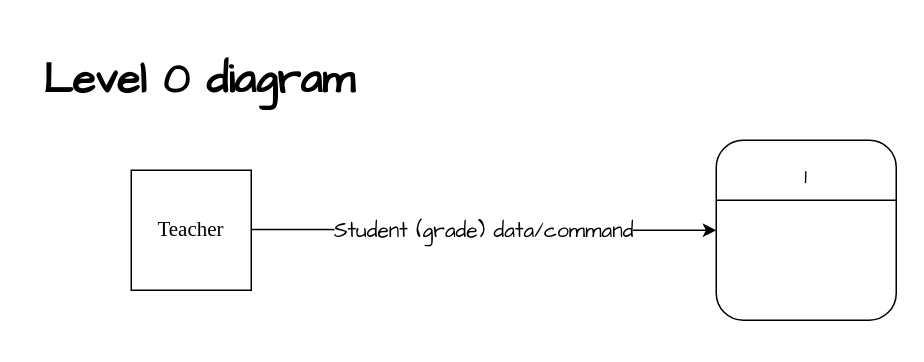
brokencuph/study-to-think keeps this draw.io diagram as diagrams/DFD/Level 0 diagram.drawio. Above is the earlier version. Source tidied: cells renumbered, new cells numbered last; positions are measured from the earlier drawing's top-left corner, leaving out a move shared by most shapes. Both pictures are drawn from the tidied source at 150%, with x=0, y=0 at pixel (26, 34).
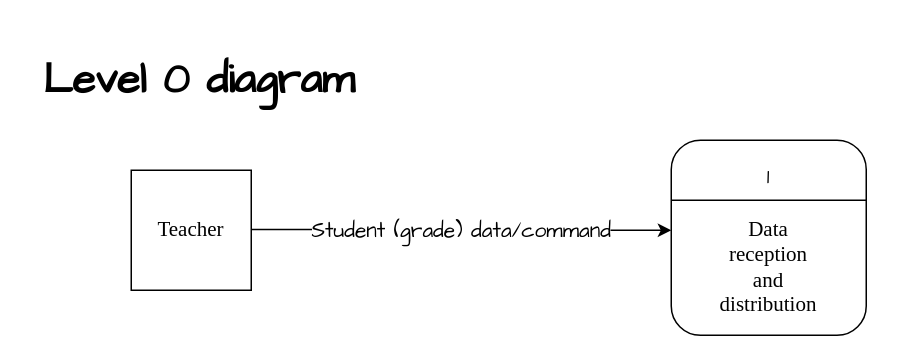
Above is the later version.

The edit, as a diff of the source:
```diff
@@
 <mxGraphModel>
   <root>
     <mxCell id="0" />
     <mxCell id="1" parent="0" />
     <mxCell id="2" value="&lt;font face=&quot;Times New Roman&quot; style=&quot;font-size: 14px&quot;&gt;Teacher&lt;/font&gt;" style="whiteSpace=wrap;html=1;" parent="1" vertex="1">
       <mxGeometry x="70" y="90" width="80" height="80" as="geometry" />
     </mxCell>
     <mxCell id="3" value="&lt;h1&gt;&lt;font face=&quot;Comic Sans MS&quot;&gt;Level 0 diagram&lt;/font&gt;&lt;/h1&gt;" style="text;html=1;align=center;verticalAlign=middle;strokeColor=none;fillColor=none;fontSize=14;fontFamily=Times New Roman;" parent="1" vertex="1">
       <mxGeometry width="230" height="60" as="geometry" />
     </mxCell>
     <mxCell id="4" style="endArrow=classic;html=1;rounded=0;fontFamily=Comic Sans MS;fontSize=14;" parent="1" edge="1">
       <mxGeometry relative="1" as="geometry">
         <mxPoint x="150" y="129.5" as="sourcePoint" />
-        <mxPoint x="460" y="130" as="targetPoint" />
+        <mxPoint x="430" y="130" as="targetPoint" />
         <Array as="points">
           <mxPoint x="200" y="129.5" />
           <mxPoint x="230" y="130" />
         </Array>
       </mxGeometry>
     </mxCell>
     <mxCell id="5" value="Student (grade) data/command" style="edgeLabel;html=1;align=center;verticalAlign=middle;fontFamily=Comic Sans MS;fontSize=14;" parent="4" vertex="1">
       <mxGeometry relative="1" as="geometry" />
     </mxCell>
     <mxCell id="6" style="rounded=1;whiteSpace=wrap;html=1;fontFamily=Comic Sans MS;fontSize=14;" parent="1" vertex="1">
-      <mxGeometry x="460" y="70" width="120" height="120" as="geometry" />
+      <mxGeometry x="430" y="70" width="130" height="130" as="geometry" />
     </mxCell>
     <mxCell id="7" style="endArrow=none;html=1;rounded=0;fontFamily=Comic Sans MS;fontSize=14;" parent="1" edge="1">
       <mxGeometry relative="1" as="geometry">
-        <mxPoint x="460" y="110" as="sourcePoint" />
-        <mxPoint x="580" y="110" as="targetPoint" />
+        <mxPoint x="430" y="110" as="sourcePoint" />
+        <mxPoint x="560" y="110" as="targetPoint" />
       </mxGeometry>
     </mxCell>
     <mxCell id="8" value="1" style="text;html=1;strokeColor=none;fillColor=none;align=center;verticalAlign=middle;whiteSpace=wrap;rounded=0;fontFamily=Comic Sans MS;fontSize=14;" parent="1" vertex="1">
-      <mxGeometry x="490" y="80" width="60" height="30" as="geometry" />
+      <mxGeometry x="465" y="80" width="60" height="30" as="geometry" />
     </mxCell>
+    <mxCell id="9" value="&lt;font face=&quot;Times New Roman&quot;&gt;Data reception and distribution&lt;/font&gt;" style="text;html=1;strokeColor=none;fillColor=none;align=center;verticalAlign=middle;whiteSpace=wrap;rounded=0;fontFamily=Comic Sans MS;fontSize=14;" parent="1" vertex="1">
+      <mxGeometry x="465" y="140" width="60" height="30" as="geometry" />
+    </mxCell>
   </root>
 </mxGraphModel>
```
